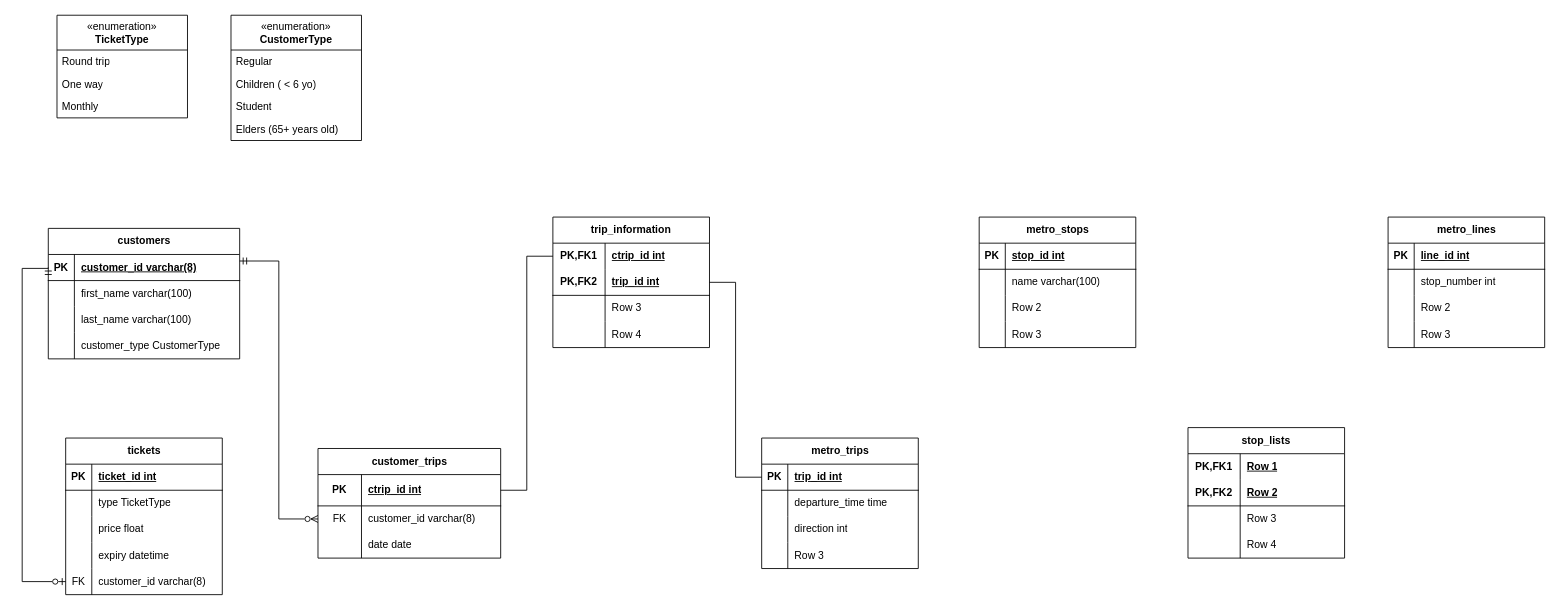
Above: page "ER" (2 of 2) of metro_project.drawio in emochivo/the_metro_project (draw.io), before the change. Source tidied: cells renumbered, new cells numbered last; positions are measured from the earlier drawing's top-left corner, leaving out a move shared by most shapes. Both pictures are drawn from the tidied source at 87%, with x=0, y=0 at pixel (22, 15).
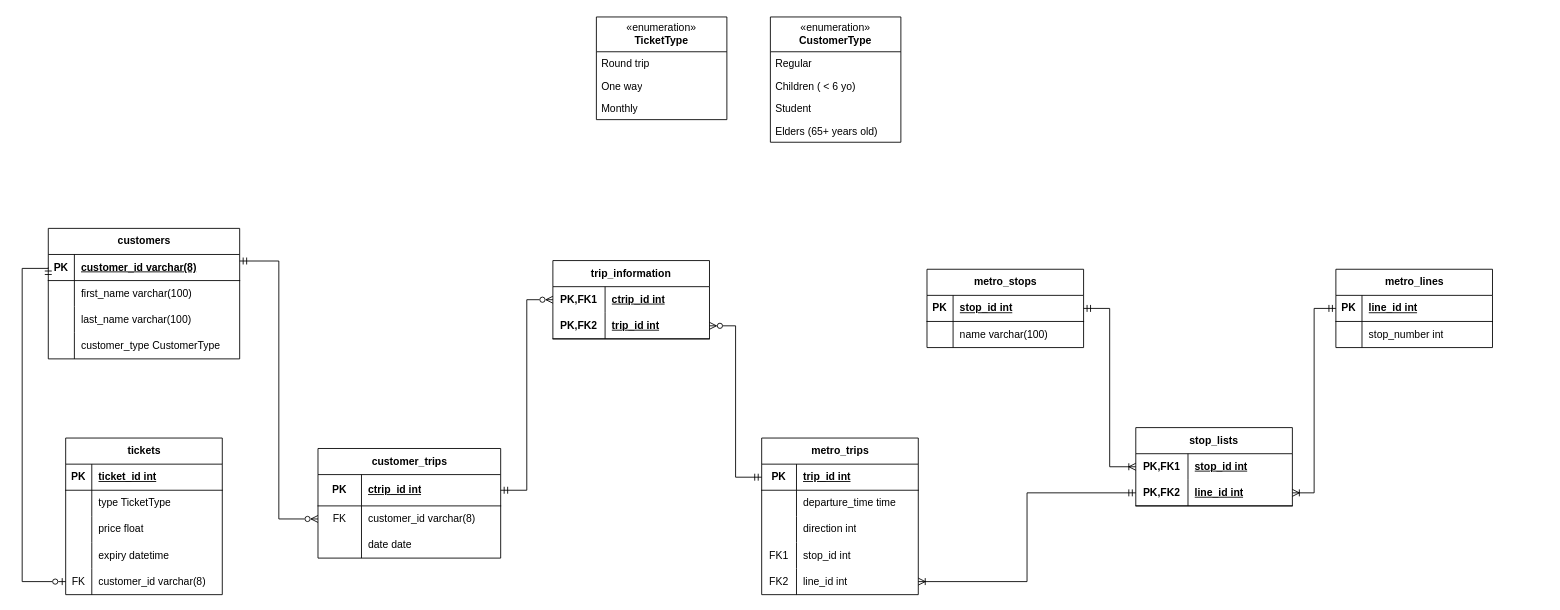
The same diagram, later.

Commit message:
Fix diagrams in the drawio website.

The change refers to these unchanged cells:
```xml
<mxCell id="42" style="shape=tableRow;horizontal=0;startSize=0;swimlaneHead=0;swimlaneBody=0;fillColor=none;points=[[0,0.5],[1,0.5]];portConstraint=eastwest;top=0;left=0;right=0;bottom=1;" parent="41" vertex="1">
  <mxGeometry y="30" width="180" height="30" as="geometry" />
</mxCell>
<mxCell id="45" style="shape=tableRow;horizontal=0;startSize=0;swimlaneHead=0;swimlaneBody=0;fillColor=none;top=0;left=0;right=0;bottom=0;" parent="41" vertex="1">
  <mxGeometry y="60" width="180" height="30" as="geometry" />
</mxCell>
<mxCell id="48" style="shape=tableRow;horizontal=0;startSize=0;swimlaneHead=0;swimlaneBody=0;fillColor=none;top=0;left=0;right=0;bottom=0;" parent="41" vertex="1">
  <mxGeometry y="90" width="180" height="30" as="geometry" />
</mxCell>
<mxCell id="55" style="shape=tableRow;horizontal=0;startSize=0;swimlaneHead=0;swimlaneBody=0;fillColor=none;points=[[0,0.5],[1,0.5]];portConstraint=eastwest;top=0;left=0;right=0;bottom=1;" parent="54" vertex="1">
  <mxGeometry y="30" width="180" height="30" as="geometry" />
</mxCell>
<mxCell id="68" style="shape=tableRow;horizontal=0;startSize=0;swimlaneHead=0;swimlaneBody=0;fillColor=none;points=[[0,0.5],[1,0.5]];portConstraint=eastwest;top=0;left=0;right=0;bottom=1;" parent="67" vertex="1">
  <mxGeometry y="30" width="180" height="30" as="geometry" />
</mxCell>
<mxCell id="82" style="shape=tableRow;horizontal=0;startSize=0;swimlaneHead=0;swimlaneBody=0;fillColor=none;points=[[0,0.5],[1,0.5]];portConstraint=eastwest;top=0;left=0;right=0;bottom=1;swimlaneFillColor=none;swimlaneLine=0;" parent="81" vertex="1">
  <mxGeometry y="30" width="210" height="36" as="geometry" />
</mxCell>
<mxCell id="92" style="shape=tableRow;horizontal=0;startSize=0;swimlaneHead=0;swimlaneBody=0;fillColor=none;points=[[0,0.5],[1,0.5]];portConstraint=eastwest;top=0;left=0;right=0;bottom=0;html=1;" parent="91" vertex="1">
  <mxGeometry y="30" width="180" height="30" as="geometry" />
</mxCell>
<mxCell id="95" style="shape=tableRow;horizontal=0;startSize=0;swimlaneHead=0;swimlaneBody=0;fillColor=none;points=[[0,0.5],[1,0.5]];portConstraint=eastwest;top=0;left=0;right=0;bottom=1;html=1;" parent="91" vertex="1">
  <mxGeometry y="60" width="180" height="30" as="geometry" />
</mxCell>
<mxCell id="107" style="shape=tableRow;horizontal=0;startSize=0;swimlaneHead=0;swimlaneBody=0;fillColor=none;points=[[0,0.5],[1,0.5]];portConstraint=eastwest;top=0;left=0;right=0;bottom=0;html=1;" parent="106" vertex="1">
  <mxGeometry y="30" width="180" height="30" as="geometry" />
</mxCell>
<mxCell id="110" style="shape=tableRow;horizontal=0;startSize=0;swimlaneHead=0;swimlaneBody=0;fillColor=none;points=[[0,0.5],[1,0.5]];portConstraint=eastwest;top=0;left=0;right=0;bottom=1;html=1;" parent="106" vertex="1">
  <mxGeometry y="60" width="180" height="30" as="geometry" />
</mxCell>
```

What changed in the source:
```diff
@@
     <mxCell id="16" value="«enumeration»&lt;br&gt;&lt;b&gt;CustomerType&lt;/b&gt;" style="swimlane;fontStyle=0;horizontal=1;startSize=40;fillColor=none;whiteSpace=wrap;html=1;" parent="1" vertex="1">
-      <mxGeometry x="240" width="150" height="144" as="geometry" />
+      <mxGeometry x="860" y="2" width="150" height="144" as="geometry" />
     </mxCell>
@@
     <mxCell id="21" value="«enumeration»&lt;br&gt;&lt;b&gt;TicketType&lt;/b&gt;" style="swimlane;fontStyle=0;horizontal=1;startSize=40;fillColor=none;whiteSpace=wrap;html=1;" parent="1" vertex="1">
-      <mxGeometry x="40" width="150" height="118" as="geometry" />
+      <mxGeometry x="660" y="2" width="150" height="118" as="geometry" />
     </mxCell>
@@
     <mxCell id="41" value="metro_trips" style="shape=table;startSize=30;childLayout=tableLayout;rowLines=0;fontStyle=1;align=center;html=1;" parent="1" vertex="1">
-      <mxGeometry x="850" y="486" width="180" height="150" as="geometry" />
+      <mxGeometry x="850" y="486" width="180" height="180" as="geometry" />
     </mxCell>
@@
     <mxCell id="43" value="PK" style="shape=partialRectangle;fillColor=none;top=0;left=0;bottom=0;right=0;fontStyle=1;overflow=hidden;whiteSpace=wrap;html=1;" parent="42" vertex="1">
-      <mxGeometry width="30" height="30" as="geometry" />
+      <mxGeometry width="40" height="30" as="geometry" />
     </mxCell>
     <mxCell id="44" value="trip_id int" style="shape=partialRectangle;fillColor=none;top=0;left=0;bottom=0;right=0;align=left;spacingLeft=6;fontStyle=5;overflow=hidden;whiteSpace=wrap;html=1;" parent="42" vertex="1">
-      <mxGeometry x="30" width="150" height="30" as="geometry" />
+      <mxGeometry x="40" width="140" height="30" as="geometry" />
     </mxCell>
@@
     <mxCell id="46" style="shape=partialRectangle;fillColor=none;top=0;left=0;bottom=0;right=0;overflow=hidden;whiteSpace=wrap;html=1;" parent="45" vertex="1">
-      <mxGeometry width="30" height="30" as="geometry" />
+      <mxGeometry width="40" height="30" as="geometry" />
     </mxCell>
     <mxCell id="47" value="departure_time time" style="shape=partialRectangle;fillColor=none;top=0;left=0;bottom=0;right=0;align=left;spacingLeft=6;overflow=hidden;whiteSpace=wrap;html=1;" parent="45" vertex="1">
-      <mxGeometry x="30" width="150" height="30" as="geometry" />
+      <mxGeometry x="40" width="140" height="30" as="geometry" />
     </mxCell>
@@
     <mxCell id="49" style="shape=partialRectangle;fillColor=none;top=0;left=0;bottom=0;right=0;overflow=hidden;whiteSpace=wrap;html=1;" parent="48" vertex="1">
-      <mxGeometry width="30" height="30" as="geometry" />
+      <mxGeometry width="40" height="30" as="geometry" />
     </mxCell>
     <mxCell id="50" value="direction int" style="shape=partialRectangle;fillColor=none;top=0;left=0;bottom=0;right=0;align=left;spacingLeft=6;overflow=hidden;whiteSpace=wrap;html=1;" parent="48" vertex="1">
-      <mxGeometry x="30" width="150" height="30" as="geometry" />
+      <mxGeometry x="40" width="140" height="30" as="geometry" />
     </mxCell>
+    <mxCell id="119" style="shape=tableRow;horizontal=0;startSize=0;swimlaneHead=0;swimlaneBody=0;fillColor=none;top=0;left=0;right=0;bottom=0;" parent="41" vertex="1">
+      <mxGeometry y="120" width="180" height="30" as="geometry" />
+    </mxCell>
+    <mxCell id="120" value="FK1" style="shape=partialRectangle;fillColor=none;top=0;left=0;bottom=0;right=0;overflow=hidden;whiteSpace=wrap;html=1;" parent="119" vertex="1">
+      <mxGeometry width="40" height="30" as="geometry" />
+    </mxCell>
+    <mxCell id="121" value="stop_id int" style="shape=partialRectangle;fillColor=none;top=0;left=0;bottom=0;right=0;align=left;spacingLeft=6;overflow=hidden;whiteSpace=wrap;html=1;" parent="119" vertex="1">
+      <mxGeometry x="40" width="140" height="30" as="geometry" />
+    </mxCell>
     <mxCell id="51" style="shape=tableRow;horizontal=0;startSize=0;swimlaneHead=0;swimlaneBody=0;fillColor=none;points=[[0,0.5],[1,0.5]];portConstraint=eastwest;top=0;left=0;right=0;bottom=0;" parent="41" vertex="1">
-      <mxGeometry y="120" width="180" height="30" as="geometry" />
+      <mxGeometry y="150" width="180" height="30" as="geometry" />
     </mxCell>
-    <mxCell id="52" style="shape=partialRectangle;fillColor=none;top=0;left=0;bottom=0;right=0;overflow=hidden;whiteSpace=wrap;html=1;" parent="51" vertex="1">
-      <mxGeometry width="30" height="30" as="geometry" />
+    <mxCell id="52" value="FK2" style="shape=partialRectangle;fillColor=none;top=0;left=0;bottom=0;right=0;overflow=hidden;whiteSpace=wrap;html=1;" parent="51" vertex="1">
+      <mxGeometry width="40" height="30" as="geometry" />
     </mxCell>
-    <mxCell id="53" value="Row 3" style="shape=partialRectangle;fillColor=none;top=0;left=0;bottom=0;right=0;align=left;spacingLeft=6;overflow=hidden;whiteSpace=wrap;html=1;" parent="51" vertex="1">
-      <mxGeometry x="30" width="150" height="30" as="geometry" />
+    <mxCell id="53" value="line_id int" style="shape=partialRectangle;fillColor=none;top=0;left=0;bottom=0;right=0;align=left;spacingLeft=6;overflow=hidden;whiteSpace=wrap;html=1;" parent="51" vertex="1">
+      <mxGeometry x="40" width="140" height="30" as="geometry" />
     </mxCell>
     <mxCell id="54" value="metro_lines" style="shape=table;startSize=30;childLayout=tableLayout;rowLines=0;fontStyle=1;align=center;html=1;" parent="1" vertex="1">
-      <mxGeometry x="1570" y="232" width="180" height="150" as="geometry" />
+      <mxGeometry x="1510" y="292" width="180" height="90" as="geometry" />
     </mxCell>
@@
-    <mxCell id="61" style="shape=tableRow;horizontal=0;startSize=0;swimlaneHead=0;swimlaneBody=0;fillColor=none;top=0;left=0;right=0;bottom=0;" parent="54" vertex="1">
-      <mxGeometry y="90" width="180" height="30" as="geometry" />
-    </mxCell>
-    <mxCell id="62" style="shape=partialRectangle;fillColor=none;top=0;left=0;bottom=0;right=0;overflow=hidden;whiteSpace=wrap;html=1;" parent="61" vertex="1">
-      <mxGeometry width="30" height="30" as="geometry" />
-    </mxCell>
-    <mxCell id="63" value="Row 2" style="shape=partialRectangle;fillColor=none;top=0;left=0;bottom=0;right=0;align=left;spacingLeft=6;overflow=hidden;whiteSpace=wrap;html=1;" parent="61" vertex="1">
-      <mxGeometry x="30" width="150" height="30" as="geometry" />
-    </mxCell>
-    <mxCell id="64" style="shape=tableRow;horizontal=0;startSize=0;swimlaneHead=0;swimlaneBody=0;fillColor=none;top=0;left=0;right=0;bottom=0;" parent="54" vertex="1">
-      <mxGeometry y="120" width="180" height="30" as="geometry" />
-    </mxCell>
-    <mxCell id="65" style="shape=partialRectangle;fillColor=none;top=0;left=0;bottom=0;right=0;overflow=hidden;whiteSpace=wrap;html=1;" parent="64" vertex="1">
-      <mxGeometry width="30" height="30" as="geometry" />
-    </mxCell>
-    <mxCell id="66" value="Row 3" style="shape=partialRectangle;fillColor=none;top=0;left=0;bottom=0;right=0;align=left;spacingLeft=6;overflow=hidden;whiteSpace=wrap;html=1;" parent="64" vertex="1">
-      <mxGeometry x="30" width="150" height="30" as="geometry" />
-    </mxCell>
     <mxCell id="67" value="metro_stops" style="shape=table;startSize=30;childLayout=tableLayout;rowLines=0;fontStyle=1;align=center;html=1;" parent="1" vertex="1">
-      <mxGeometry x="1100" y="232" width="180" height="150" as="geometry" />
+      <mxGeometry x="1040" y="292" width="180" height="90" as="geometry" />
     </mxCell>
@@
-    <mxCell id="74" style="shape=tableRow;horizontal=0;startSize=0;swimlaneHead=0;swimlaneBody=0;fillColor=none;top=0;left=0;right=0;bottom=0;" parent="67" vertex="1">
-      <mxGeometry y="90" width="180" height="30" as="geometry" />
-    </mxCell>
-    <mxCell id="75" style="shape=partialRectangle;fillColor=none;top=0;left=0;bottom=0;right=0;overflow=hidden;whiteSpace=wrap;html=1;" parent="74" vertex="1">
-      <mxGeometry width="30" height="30" as="geometry" />
-    </mxCell>
-    <mxCell id="76" value="Row 2" style="shape=partialRectangle;fillColor=none;top=0;left=0;bottom=0;right=0;align=left;spacingLeft=6;overflow=hidden;whiteSpace=wrap;html=1;" parent="74" vertex="1">
-      <mxGeometry x="30" width="150" height="30" as="geometry" />
-    </mxCell>
-    <mxCell id="77" style="shape=tableRow;horizontal=0;startSize=0;swimlaneHead=0;swimlaneBody=0;fillColor=none;top=0;left=0;right=0;bottom=0;" parent="67" vertex="1">
-      <mxGeometry y="120" width="180" height="30" as="geometry" />
-    </mxCell>
-    <mxCell id="78" style="shape=partialRectangle;fillColor=none;top=0;left=0;bottom=0;right=0;overflow=hidden;whiteSpace=wrap;html=1;" parent="77" vertex="1">
-      <mxGeometry width="30" height="30" as="geometry" />
-    </mxCell>
-    <mxCell id="79" value="Row 3" style="shape=partialRectangle;fillColor=none;top=0;left=0;bottom=0;right=0;align=left;spacingLeft=6;overflow=hidden;whiteSpace=wrap;html=1;" parent="77" vertex="1">
-      <mxGeometry x="30" width="150" height="30" as="geometry" />
-    </mxCell>
@@
     <mxCell id="91" value="trip_information" style="shape=table;startSize=30;childLayout=tableLayout;rowLines=0;fontStyle=1;align=center;html=1;whiteSpace=wrap;" parent="1" vertex="1">
-      <mxGeometry x="610" y="232" width="180" height="150" as="geometry" />
+      <mxGeometry x="610" y="282" width="180" height="90" as="geometry" />
     </mxCell>
@@
-    <mxCell id="98" style="shape=tableRow;horizontal=0;startSize=0;swimlaneHead=0;swimlaneBody=0;fillColor=none;top=0;left=0;right=0;bottom=0;html=1;" parent="91" vertex="1">
-      <mxGeometry y="90" width="180" height="30" as="geometry" />
-    </mxCell>
-    <mxCell id="99" style="shape=partialRectangle;fillColor=none;top=0;left=0;bottom=0;right=0;overflow=hidden;html=1;whiteSpace=wrap;" parent="98" vertex="1">
-      <mxGeometry width="60" height="30" as="geometry" />
-    </mxCell>
-    <mxCell id="100" value="Row 3" style="shape=partialRectangle;fillColor=none;top=0;left=0;bottom=0;right=0;align=left;spacingLeft=6;overflow=hidden;html=1;whiteSpace=wrap;" parent="98" vertex="1">
-      <mxGeometry x="60" width="120" height="30" as="geometry" />
-    </mxCell>
-    <mxCell id="101" style="shape=tableRow;horizontal=0;startSize=0;swimlaneHead=0;swimlaneBody=0;fillColor=none;top=0;left=0;right=0;bottom=0;html=1;" parent="91" vertex="1">
-      <mxGeometry y="120" width="180" height="30" as="geometry" />
-    </mxCell>
-    <mxCell id="102" style="shape=partialRectangle;fillColor=none;top=0;left=0;bottom=0;right=0;overflow=hidden;html=1;whiteSpace=wrap;" parent="101" vertex="1">
-      <mxGeometry width="60" height="30" as="geometry" />
-    </mxCell>
-    <mxCell id="103" value="Row 4" style="shape=partialRectangle;fillColor=none;top=0;left=0;bottom=0;right=0;align=left;spacingLeft=6;overflow=hidden;html=1;whiteSpace=wrap;" parent="101" vertex="1">
-      <mxGeometry x="60" width="120" height="30" as="geometry" />
-    </mxCell>
-    <mxCell id="104" style="edgeStyle=orthogonalEdgeStyle;rounded=0;jettySize=auto;html=1;exitX=1;exitY=0.5;exitDx=0;exitDy=0;entryX=0;entryY=0.5;entryDx=0;entryDy=0;endArrow=none;endFill=0;" parent="1" edge="1" source="82" target="92">
+    <mxCell id="104" style="edgeStyle=orthogonalEdgeStyle;rounded=0;jettySize=auto;html=1;exitX=1;exitY=0.5;exitDx=0;exitDy=0;entryX=0;entryY=0.5;entryDx=0;entryDy=0;endArrow=ERzeroToMany;endFill=0;startArrow=ERmandOne;startFill=0;" parent="1" edge="1" source="82" target="92">
       <mxGeometry relative="1" as="geometry" />
     </mxCell>
-    <mxCell id="105" style="edgeStyle=orthogonalEdgeStyle;rounded=0;jettySize=auto;html=1;exitX=0;exitY=0.5;exitDx=0;exitDy=0;entryX=1;entryY=0.5;entryDx=0;entryDy=0;endArrow=none;endFill=0;" parent="1" edge="1" source="42" target="95">
+    <mxCell id="105" style="edgeStyle=orthogonalEdgeStyle;rounded=0;jettySize=auto;html=1;exitX=0;exitY=0.5;exitDx=0;exitDy=0;entryX=1;entryY=0.5;entryDx=0;entryDy=0;endArrow=ERzeroToMany;endFill=0;startArrow=ERmandOne;startFill=0;" parent="1" edge="1" source="42" target="95">
       <mxGeometry relative="1" as="geometry" />
     </mxCell>
     <mxCell id="106" value="stop_lists" style="shape=table;startSize=30;childLayout=tableLayout;rowLines=0;fontStyle=1;align=center;html=1;whiteSpace=wrap;" parent="1" vertex="1">
-      <mxGeometry x="1340" y="474" width="180" height="150" as="geometry" />
+      <mxGeometry x="1280" y="474" width="180" height="90" as="geometry" />
     </mxCell>
@@
-    <mxCell id="109" value="Row 1" style="shape=partialRectangle;fillColor=none;top=0;left=0;bottom=0;right=0;align=left;spacingLeft=6;fontStyle=5;overflow=hidden;html=1;whiteSpace=wrap;" parent="107" vertex="1">
+    <mxCell id="109" value="stop_id int" style="shape=partialRectangle;fillColor=none;top=0;left=0;bottom=0;right=0;align=left;spacingLeft=6;fontStyle=5;overflow=hidden;html=1;whiteSpace=wrap;" parent="107" vertex="1">
       <mxGeometry x="60" width="120" height="30" as="geometry" />
     </mxCell>
@@
-    <mxCell id="112" value="Row 2" style="shape=partialRectangle;fillColor=none;top=0;left=0;bottom=0;right=0;align=left;spacingLeft=6;fontStyle=5;overflow=hidden;html=1;whiteSpace=wrap;" parent="110" vertex="1">
+    <mxCell id="112" value="line_id int" style="shape=partialRectangle;fillColor=none;top=0;left=0;bottom=0;right=0;align=left;spacingLeft=6;fontStyle=5;overflow=hidden;html=1;whiteSpace=wrap;" parent="110" vertex="1">
       <mxGeometry x="60" width="120" height="30" as="geometry" />
     </mxCell>
-    <mxCell id="113" style="shape=tableRow;horizontal=0;startSize=0;swimlaneHead=0;swimlaneBody=0;fillColor=none;top=0;left=0;right=0;bottom=0;html=1;" parent="106" vertex="1">
-      <mxGeometry y="90" width="180" height="30" as="geometry" />
-    </mxCell>
-    <mxCell id="114" style="shape=partialRectangle;fillColor=none;top=0;left=0;bottom=0;right=0;overflow=hidden;html=1;whiteSpace=wrap;" parent="113" vertex="1">
-      <mxGeometry width="60" height="30" as="geometry" />
-    </mxCell>
-    <mxCell id="115" value="Row 3" style="shape=partialRectangle;fillColor=none;top=0;left=0;bottom=0;right=0;align=left;spacingLeft=6;overflow=hidden;html=1;whiteSpace=wrap;" parent="113" vertex="1">
-      <mxGeometry x="60" width="120" height="30" as="geometry" />
-    </mxCell>
-    <mxCell id="116" style="shape=tableRow;horizontal=0;startSize=0;swimlaneHead=0;swimlaneBody=0;fillColor=none;top=0;left=0;right=0;bottom=0;html=1;" parent="106" vertex="1">
-      <mxGeometry y="120" width="180" height="30" as="geometry" />
-    </mxCell>
-    <mxCell id="117" style="shape=partialRectangle;fillColor=none;top=0;left=0;bottom=0;right=0;overflow=hidden;html=1;whiteSpace=wrap;" parent="116" vertex="1">
-      <mxGeometry width="60" height="30" as="geometry" />
-    </mxCell>
-    <mxCell id="118" value="Row 4" style="shape=partialRectangle;fillColor=none;top=0;left=0;bottom=0;right=0;align=left;spacingLeft=6;overflow=hidden;html=1;whiteSpace=wrap;" parent="116" vertex="1">
-      <mxGeometry x="60" width="120" height="30" as="geometry" />
-    </mxCell>
+    <mxCell id="122" style="edgeStyle=orthogonalEdgeStyle;rounded=0;jettySize=auto;html=1;exitX=1;exitY=0.5;exitDx=0;exitDy=0;entryX=0;entryY=0.5;entryDx=0;entryDy=0;endArrow=ERoneToMany;endFill=0;startArrow=ERmandOne;startFill=0;" parent="1" edge="1" source="68" target="107">
+      <mxGeometry relative="1" as="geometry" />
+    </mxCell>
+    <mxCell id="123" style="edgeStyle=orthogonalEdgeStyle;rounded=0;jettySize=auto;html=1;exitX=0;exitY=0.5;exitDx=0;exitDy=0;entryX=1;entryY=0.5;entryDx=0;entryDy=0;endArrow=ERoneToMany;endFill=0;startArrow=ERmandOne;startFill=0;" parent="1" edge="1" source="55" target="110">
+      <mxGeometry relative="1" as="geometry" />
+    </mxCell>
+    <mxCell id="124" style="edgeStyle=orthogonalEdgeStyle;rounded=0;jettySize=auto;html=1;exitX=0;exitY=0.5;exitDx=0;exitDy=0;entryX=1;entryY=0.5;entryDx=0;entryDy=0;endArrow=ERoneToMany;endFill=0;startArrow=ERmandOne;startFill=0;" parent="1" edge="1" source="110" target="51">
+      <mxGeometry relative="1" as="geometry" />
+    </mxCell>
```
